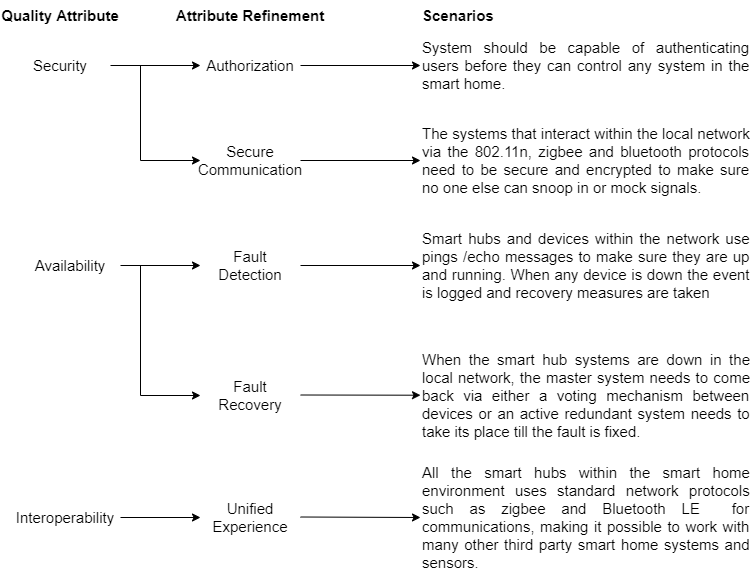
The draw.io diagram Semester 2/Software Architecture/Assignment 2/imageFiles/UtilityDiagram.drawio.png in Akhilsudh/BITS-Assignment, before a commit. Source tidied: cells renumbered, new cells last; positions are measured from the earlier drawing's top-left corner, leaving out a move shared by most shapes. Source of this version:
```xml
<mxGraphModel>
  <root>
    <mxCell id="0" />
    <mxCell id="1" parent="0" />
    <mxCell id="2" value="&lt;font style=&quot;font-size: 15px&quot;&gt;Security&lt;/font&gt;" style="text;html=1;strokeColor=none;fillColor=none;align=center;verticalAlign=middle;whiteSpace=wrap;rounded=0;" parent="1" vertex="1">
      <mxGeometry x="10" y="50" width="100" height="30" as="geometry" />
    </mxCell>
    <mxCell id="3" value="&lt;font style=&quot;font-size: 15px&quot;&gt;Secure Communication&lt;/font&gt;" style="text;html=1;strokeColor=none;fillColor=none;align=center;verticalAlign=middle;whiteSpace=wrap;rounded=0;" parent="1" vertex="1">
      <mxGeometry x="200" y="145" width="100" height="30" as="geometry" />
    </mxCell>
    <mxCell id="4" value="&lt;font style=&quot;font-size: 15px&quot;&gt;Authorization&lt;/font&gt;" style="text;html=1;strokeColor=none;fillColor=none;align=center;verticalAlign=middle;whiteSpace=wrap;rounded=0;" parent="1" vertex="1">
      <mxGeometry x="200" y="50" width="100" height="30" as="geometry" />
    </mxCell>
    <mxCell id="5" value="&lt;div style=&quot;text-align: justify&quot;&gt;&lt;span&gt;System should be capable of authenticating users before they can control any system in the smart home.&lt;/span&gt;&lt;/div&gt;" style="text;html=1;strokeColor=none;fillColor=none;align=left;verticalAlign=middle;whiteSpace=wrap;rounded=0;fontSize=15;" parent="1" vertex="1">
      <mxGeometry x="420" y="35" width="330" height="60" as="geometry" />
    </mxCell>
    <mxCell id="6" value="&lt;div style=&quot;text-align: justify&quot;&gt;&lt;span&gt;The systems that interact within the local network via the 802.11n, zigbee and bluetooth protocols need to be secure and encrypted to make sure no one else can snoop in or mock signals.&lt;/span&gt;&lt;/div&gt;" style="text;html=1;strokeColor=none;fillColor=none;align=left;verticalAlign=middle;whiteSpace=wrap;rounded=0;fontSize=15;" parent="1" vertex="1">
      <mxGeometry x="420" y="125" width="330" height="70" as="geometry" />
    </mxCell>
    <mxCell id="7" value="&lt;font style=&quot;font-size: 15px&quot;&gt;Availability&lt;/font&gt;" style="text;html=1;strokeColor=none;fillColor=none;align=center;verticalAlign=middle;whiteSpace=wrap;rounded=0;" parent="1" vertex="1">
      <mxGeometry x="20" y="250" width="100" height="30" as="geometry" />
    </mxCell>
    <mxCell id="8" value="&lt;font style=&quot;font-size: 15px&quot;&gt;Fault Recovery&lt;/font&gt;" style="text;html=1;strokeColor=none;fillColor=none;align=center;verticalAlign=middle;whiteSpace=wrap;rounded=0;" parent="1" vertex="1">
      <mxGeometry x="200" y="380" width="100" height="30" as="geometry" />
    </mxCell>
    <mxCell id="9" value="&lt;div style=&quot;text-align: justify&quot;&gt;&lt;span&gt;When the smart hub systems are down in the local network, the master system needs to come back via either a voting mechanism between devices or an active redundant system needs to take its place till the fault is fixed.&lt;/span&gt;&lt;/div&gt;" style="text;html=1;strokeColor=none;fillColor=none;align=left;verticalAlign=middle;whiteSpace=wrap;rounded=0;fontSize=15;" parent="1" vertex="1">
      <mxGeometry x="420" y="350" width="330" height="90" as="geometry" />
    </mxCell>
    <mxCell id="10" style="endArrow=classic;html=1;rounded=0;fontSize=15;exitX=1;exitY=0.5;exitDx=0;exitDy=0;align=center;entryX=0;entryY=0.5;entryDx=0;entryDy=0;" parent="1" edge="1" source="2" target="4">
      <mxGeometry relative="1" as="geometry" />
    </mxCell>
    <mxCell id="11" style="endArrow=classic;html=1;rounded=0;fontSize=15;align=center;entryX=0;entryY=0.5;entryDx=0;entryDy=0;" parent="1" edge="1" target="3">
      <mxGeometry relative="1" as="geometry">
        <mxPoint x="140" y="65" as="sourcePoint" />
        <Array as="points">
          <mxPoint x="140" y="160" />
        </Array>
      </mxGeometry>
    </mxCell>
    <mxCell id="12" style="endArrow=classic;html=1;rounded=0;fontSize=15;exitX=1;exitY=0.5;exitDx=0;exitDy=0;align=center;entryX=0;entryY=0.5;entryDx=0;entryDy=0;" parent="1" edge="1" source="7" target="25">
      <mxGeometry relative="1" as="geometry" />
    </mxCell>
    <mxCell id="13" style="endArrow=classic;html=1;rounded=0;fontSize=15;exitX=1;exitY=0.5;exitDx=0;exitDy=0;align=center;entryX=0;entryY=0.5;entryDx=0;entryDy=0;" parent="1" edge="1" source="4" target="5">
      <mxGeometry relative="1" as="geometry" />
    </mxCell>
    <mxCell id="14" style="endArrow=classic;html=1;rounded=0;fontSize=15;exitX=1;exitY=0.5;exitDx=0;exitDy=0;align=center;entryX=0;entryY=0.5;entryDx=0;entryDy=0;" parent="1" edge="1" source="3" target="6">
      <mxGeometry relative="1" as="geometry" />
    </mxCell>
    <mxCell id="15" style="endArrow=classic;html=1;rounded=0;fontSize=15;exitX=1;exitY=0.5;exitDx=0;exitDy=0;align=center;" parent="1" edge="1" target="9">
      <mxGeometry relative="1" as="geometry">
        <mxPoint x="300" y="394.5" as="sourcePoint" />
      </mxGeometry>
    </mxCell>
    <mxCell id="16" value="&lt;b&gt;Quality Attribute&lt;/b&gt;" style="text;html=1;strokeColor=none;fillColor=none;align=center;verticalAlign=middle;whiteSpace=wrap;rounded=0;fontSize=15;" parent="1" vertex="1">
      <mxGeometry width="120" height="30" as="geometry" />
    </mxCell>
    <mxCell id="17" value="&lt;b&gt;Attribute Refinement&lt;/b&gt;" style="text;html=1;strokeColor=none;fillColor=none;align=center;verticalAlign=middle;whiteSpace=wrap;rounded=0;fontSize=15;" parent="1" vertex="1">
      <mxGeometry x="170" width="160" height="30" as="geometry" />
    </mxCell>
    <mxCell id="18" value="&lt;b&gt;Scenarios&lt;/b&gt;" style="text;html=1;strokeColor=none;fillColor=none;align=left;verticalAlign=middle;whiteSpace=wrap;rounded=0;fontSize=15;" parent="1" vertex="1">
      <mxGeometry x="420" width="160" height="30" as="geometry" />
    </mxCell>
    <mxCell id="19" value="&lt;font style=&quot;font-size: 15px&quot;&gt;Interoperability&lt;/font&gt;" style="text;html=1;strokeColor=none;fillColor=none;align=center;verticalAlign=middle;whiteSpace=wrap;rounded=0;" parent="1" vertex="1">
      <mxGeometry x="10" y="502" width="110" height="30" as="geometry" />
    </mxCell>
    <mxCell id="20" value="&lt;font style=&quot;font-size: 15px&quot;&gt;Unified Experience&lt;/font&gt;" style="text;html=1;strokeColor=none;fillColor=none;align=center;verticalAlign=middle;whiteSpace=wrap;rounded=0;" parent="1" vertex="1">
      <mxGeometry x="200" y="502" width="100" height="30" as="geometry" />
    </mxCell>
    <mxCell id="21" value="&lt;div style=&quot;text-align: justify&quot;&gt;&lt;span&gt;All the smart hubs within the smart home environment uses standard network protocols such as zigbee and Bluetooth LE&amp;nbsp; for communications, making it possible to work with many other third party smart home systems and sensors.&lt;/span&gt;&lt;/div&gt;" style="text;html=1;strokeColor=none;fillColor=none;align=left;verticalAlign=middle;whiteSpace=wrap;rounded=0;fontSize=15;" parent="1" vertex="1">
      <mxGeometry x="420" y="467" width="330" height="100" as="geometry" />
    </mxCell>
    <mxCell id="22" style="endArrow=classic;html=1;rounded=0;fontSize=15;exitX=1;exitY=0.5;exitDx=0;exitDy=0;align=center;entryX=0;entryY=0.5;entryDx=0;entryDy=0;" parent="1" edge="1" source="19" target="20">
      <mxGeometry relative="1" as="geometry" />
    </mxCell>
    <mxCell id="23" style="endArrow=classic;html=1;rounded=0;fontSize=15;exitX=1;exitY=0.5;exitDx=0;exitDy=0;align=center;entryX=0;entryY=0.5;entryDx=0;entryDy=0;" parent="1" edge="1" target="21">
      <mxGeometry relative="1" as="geometry">
        <mxPoint x="300" y="516.5" as="sourcePoint" />
      </mxGeometry>
    </mxCell>
    <mxCell id="24" style="endArrow=classic;html=1;rounded=0;fontSize=15;align=center;entryX=0;entryY=0.5;entryDx=0;entryDy=0;" parent="1" edge="1" target="8">
      <mxGeometry relative="1" as="geometry">
        <mxPoint x="140" y="265" as="sourcePoint" />
        <Array as="points">
          <mxPoint x="140" y="395" />
        </Array>
      </mxGeometry>
    </mxCell>
    <mxCell id="25" value="&lt;font style=&quot;font-size: 15px&quot;&gt;Fault Detection&lt;/font&gt;" style="text;html=1;strokeColor=none;fillColor=none;align=center;verticalAlign=middle;whiteSpace=wrap;rounded=0;" parent="1" vertex="1">
      <mxGeometry x="200" y="250" width="100" height="30" as="geometry" />
    </mxCell>
    <mxCell id="26" style="endArrow=classic;html=1;rounded=0;fontSize=15;exitX=1;exitY=0.5;exitDx=0;exitDy=0;align=center;entryX=0;entryY=0.5;entryDx=0;entryDy=0;" parent="1" edge="1" source="25" target="27">
      <mxGeometry relative="1" as="geometry" />
    </mxCell>
    <mxCell id="27" value="&lt;div style=&quot;text-align: justify&quot;&gt;&lt;span&gt;Smart hubs and devices within the network use pings /echo messages to make sure they are up and running. When any device is down the event is logged and recovery measures are taken&amp;nbsp;&amp;nbsp;&lt;/span&gt;&lt;/div&gt;" style="text;html=1;strokeColor=none;fillColor=none;align=left;verticalAlign=middle;whiteSpace=wrap;rounded=0;fontSize=15;" parent="1" vertex="1">
      <mxGeometry x="420" y="220" width="330" height="90" as="geometry" />
    </mxCell>
  </root>
</mxGraphModel>
```
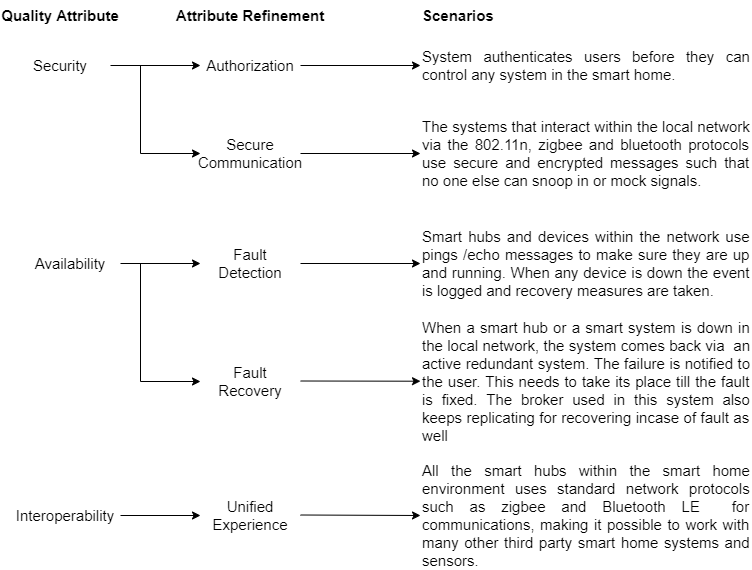
Above is the later version.

What changed in the source:
```diff
@@ -6,25 +6,25 @@
       <mxGeometry x="10" y="50" width="100" height="30" as="geometry" />
     </mxCell>
     <mxCell id="3" value="&lt;font style=&quot;font-size: 15px&quot;&gt;Secure Communication&lt;/font&gt;" style="text;html=1;strokeColor=none;fillColor=none;align=center;verticalAlign=middle;whiteSpace=wrap;rounded=0;" parent="1" vertex="1">
-      <mxGeometry x="200" y="145" width="100" height="30" as="geometry" />
+      <mxGeometry x="200" y="138" width="100" height="30" as="geometry" />
     </mxCell>
     <mxCell id="4" value="&lt;font style=&quot;font-size: 15px&quot;&gt;Authorization&lt;/font&gt;" style="text;html=1;strokeColor=none;fillColor=none;align=center;verticalAlign=middle;whiteSpace=wrap;rounded=0;" parent="1" vertex="1">
       <mxGeometry x="200" y="50" width="100" height="30" as="geometry" />
     </mxCell>
-    <mxCell id="5" value="&lt;div style=&quot;text-align: justify&quot;&gt;&lt;span&gt;System should be capable of authenticating users before they can control any system in the smart home.&lt;/span&gt;&lt;/div&gt;" style="text;html=1;strokeColor=none;fillColor=none;align=left;verticalAlign=middle;whiteSpace=wrap;rounded=0;fontSize=15;" parent="1" vertex="1">
+    <mxCell id="5" value="&lt;div style=&quot;text-align: justify&quot;&gt;&lt;span&gt;System authenticates users before they can control any system in the smart home.&lt;/span&gt;&lt;/div&gt;" style="text;html=1;strokeColor=none;fillColor=none;align=left;verticalAlign=middle;whiteSpace=wrap;rounded=0;fontSize=15;" parent="1" vertex="1">
       <mxGeometry x="420" y="35" width="330" height="60" as="geometry" />
     </mxCell>
-    <mxCell id="6" value="&lt;div style=&quot;text-align: justify&quot;&gt;&lt;span&gt;The systems that interact within the local network via the 802.11n, zigbee and bluetooth protocols need to be secure and encrypted to make sure no one else can snoop in or mock signals.&lt;/span&gt;&lt;/div&gt;" style="text;html=1;strokeColor=none;fillColor=none;align=left;verticalAlign=middle;whiteSpace=wrap;rounded=0;fontSize=15;" parent="1" vertex="1">
-      <mxGeometry x="420" y="125" width="330" height="70" as="geometry" />
+    <mxCell id="6" value="&lt;div style=&quot;text-align: justify&quot;&gt;&lt;span&gt;The systems that interact within the local network via the 802.11n, zigbee and bluetooth protocols use secure and encrypted messages such that no one else can snoop in or mock signals.&lt;/span&gt;&lt;/div&gt;" style="text;html=1;strokeColor=none;fillColor=none;align=left;verticalAlign=middle;whiteSpace=wrap;rounded=0;fontSize=15;" parent="1" vertex="1">
+      <mxGeometry x="420" y="118" width="330" height="70" as="geometry" />
     </mxCell>
     <mxCell id="7" value="&lt;font style=&quot;font-size: 15px&quot;&gt;Availability&lt;/font&gt;" style="text;html=1;strokeColor=none;fillColor=none;align=center;verticalAlign=middle;whiteSpace=wrap;rounded=0;" parent="1" vertex="1">
-      <mxGeometry x="20" y="250" width="100" height="30" as="geometry" />
+      <mxGeometry x="20" y="248" width="100" height="30" as="geometry" />
     </mxCell>
     <mxCell id="8" value="&lt;font style=&quot;font-size: 15px&quot;&gt;Fault Recovery&lt;/font&gt;" style="text;html=1;strokeColor=none;fillColor=none;align=center;verticalAlign=middle;whiteSpace=wrap;rounded=0;" parent="1" vertex="1">
-      <mxGeometry x="200" y="380" width="100" height="30" as="geometry" />
+      <mxGeometry x="200" y="366" width="100" height="30" as="geometry" />
     </mxCell>
-    <mxCell id="9" value="&lt;div style=&quot;text-align: justify&quot;&gt;&lt;span&gt;When the smart hub systems are down in the local network, the master system needs to come back via either a voting mechanism between devices or an active redundant system needs to take its place till the fault is fixed.&lt;/span&gt;&lt;/div&gt;" style="text;html=1;strokeColor=none;fillColor=none;align=left;verticalAlign=middle;whiteSpace=wrap;rounded=0;fontSize=15;" parent="1" vertex="1">
-      <mxGeometry x="420" y="350" width="330" height="90" as="geometry" />
+    <mxCell id="9" value="&lt;div style=&quot;text-align: justify&quot;&gt;&lt;span&gt;When a smart hub or a smart system is down in the local network, the system comes back via&amp;nbsp; an active redundant system. The failure is notified to the user. This needs to take its place till the fault is fixed. The broker used in this system also keeps replicating for recovering incase of fault as well&lt;/span&gt;&lt;/div&gt;" style="text;html=1;strokeColor=none;fillColor=none;align=left;verticalAlign=middle;whiteSpace=wrap;rounded=0;fontSize=15;" parent="1" vertex="1">
+      <mxGeometry x="420" y="316" width="330" height="130" as="geometry" />
     </mxCell>
     <mxCell id="10" style="endArrow=classic;html=1;rounded=0;fontSize=15;exitX=1;exitY=0.5;exitDx=0;exitDy=0;align=center;entryX=0;entryY=0.5;entryDx=0;entryDy=0;" parent="1" edge="1" source="2" target="4">
       <mxGeometry relative="1" as="geometry" />
@@ -33,7 +33,7 @@
       <mxGeometry relative="1" as="geometry">
         <mxPoint x="140" y="65" as="sourcePoint" />
         <Array as="points">
-          <mxPoint x="140" y="160" />
+          <mxPoint x="140" y="153" />
         </Array>
       </mxGeometry>
     </mxCell>
@@ -48,7 +48,7 @@
     </mxCell>
     <mxCell id="15" style="endArrow=classic;html=1;rounded=0;fontSize=15;exitX=1;exitY=0.5;exitDx=0;exitDy=0;align=center;" parent="1" edge="1" target="9">
       <mxGeometry relative="1" as="geometry">
-        <mxPoint x="300" y="394.5" as="sourcePoint" />
+        <mxPoint x="300" y="380.5" as="sourcePoint" />
       </mxGeometry>
     </mxCell>
     <mxCell id="16" value="&lt;b&gt;Quality Attribute&lt;/b&gt;" style="text;html=1;strokeColor=none;fillColor=none;align=center;verticalAlign=middle;whiteSpace=wrap;rounded=0;fontSize=15;" parent="1" vertex="1">
@@ -61,38 +61,38 @@
       <mxGeometry x="420" width="160" height="30" as="geometry" />
     </mxCell>
     <mxCell id="19" value="&lt;font style=&quot;font-size: 15px&quot;&gt;Interoperability&lt;/font&gt;" style="text;html=1;strokeColor=none;fillColor=none;align=center;verticalAlign=middle;whiteSpace=wrap;rounded=0;" parent="1" vertex="1">
-      <mxGeometry x="10" y="502" width="110" height="30" as="geometry" />
+      <mxGeometry x="10" y="500" width="110" height="30" as="geometry" />
     </mxCell>
     <mxCell id="20" value="&lt;font style=&quot;font-size: 15px&quot;&gt;Unified Experience&lt;/font&gt;" style="text;html=1;strokeColor=none;fillColor=none;align=center;verticalAlign=middle;whiteSpace=wrap;rounded=0;" parent="1" vertex="1">
-      <mxGeometry x="200" y="502" width="100" height="30" as="geometry" />
+      <mxGeometry x="200" y="500" width="100" height="30" as="geometry" />
     </mxCell>
     <mxCell id="21" value="&lt;div style=&quot;text-align: justify&quot;&gt;&lt;span&gt;All the smart hubs within the smart home environment uses standard network protocols such as zigbee and Bluetooth LE&amp;nbsp; for communications, making it possible to work with many other third party smart home systems and sensors.&lt;/span&gt;&lt;/div&gt;" style="text;html=1;strokeColor=none;fillColor=none;align=left;verticalAlign=middle;whiteSpace=wrap;rounded=0;fontSize=15;" parent="1" vertex="1">
-      <mxGeometry x="420" y="467" width="330" height="100" as="geometry" />
+      <mxGeometry x="420" y="465" width="330" height="100" as="geometry" />
     </mxCell>
     <mxCell id="22" style="endArrow=classic;html=1;rounded=0;fontSize=15;exitX=1;exitY=0.5;exitDx=0;exitDy=0;align=center;entryX=0;entryY=0.5;entryDx=0;entryDy=0;" parent="1" edge="1" source="19" target="20">
       <mxGeometry relative="1" as="geometry" />
     </mxCell>
     <mxCell id="23" style="endArrow=classic;html=1;rounded=0;fontSize=15;exitX=1;exitY=0.5;exitDx=0;exitDy=0;align=center;entryX=0;entryY=0.5;entryDx=0;entryDy=0;" parent="1" edge="1" target="21">
       <mxGeometry relative="1" as="geometry">
-        <mxPoint x="300" y="516.5" as="sourcePoint" />
+        <mxPoint x="300" y="514.5" as="sourcePoint" />
       </mxGeometry>
     </mxCell>
     <mxCell id="24" style="endArrow=classic;html=1;rounded=0;fontSize=15;align=center;entryX=0;entryY=0.5;entryDx=0;entryDy=0;" parent="1" edge="1" target="8">
       <mxGeometry relative="1" as="geometry">
-        <mxPoint x="140" y="265" as="sourcePoint" />
+        <mxPoint x="140" y="263" as="sourcePoint" />
         <Array as="points">
-          <mxPoint x="140" y="395" />
+          <mxPoint x="140" y="381" />
         </Array>
       </mxGeometry>
     </mxCell>
     <mxCell id="25" value="&lt;font style=&quot;font-size: 15px&quot;&gt;Fault Detection&lt;/font&gt;" style="text;html=1;strokeColor=none;fillColor=none;align=center;verticalAlign=middle;whiteSpace=wrap;rounded=0;" parent="1" vertex="1">
-      <mxGeometry x="200" y="250" width="100" height="30" as="geometry" />
+      <mxGeometry x="200" y="248" width="100" height="30" as="geometry" />
     </mxCell>
     <mxCell id="26" style="endArrow=classic;html=1;rounded=0;fontSize=15;exitX=1;exitY=0.5;exitDx=0;exitDy=0;align=center;entryX=0;entryY=0.5;entryDx=0;entryDy=0;" parent="1" edge="1" source="25" target="27">
       <mxGeometry relative="1" as="geometry" />
     </mxCell>
-    <mxCell id="27" value="&lt;div style=&quot;text-align: justify&quot;&gt;&lt;span&gt;Smart hubs and devices within the network use pings /echo messages to make sure they are up and running. When any device is down the event is logged and recovery measures are taken&amp;nbsp;&amp;nbsp;&lt;/span&gt;&lt;/div&gt;" style="text;html=1;strokeColor=none;fillColor=none;align=left;verticalAlign=middle;whiteSpace=wrap;rounded=0;fontSize=15;" parent="1" vertex="1">
-      <mxGeometry x="420" y="220" width="330" height="90" as="geometry" />
+    <mxCell id="27" value="&lt;div style=&quot;text-align: justify&quot;&gt;&lt;span&gt;Smart hubs and devices within the network use pings /echo messages to make sure they are up and running. When any device is down the event is logged and recovery measures are taken.&lt;/span&gt;&lt;/div&gt;" style="text;html=1;strokeColor=none;fillColor=none;align=left;verticalAlign=middle;whiteSpace=wrap;rounded=0;fontSize=15;" parent="1" vertex="1">
+      <mxGeometry x="420" y="218" width="330" height="90" as="geometry" />
     </mxCell>
   </root>
 </mxGraphModel>
```
